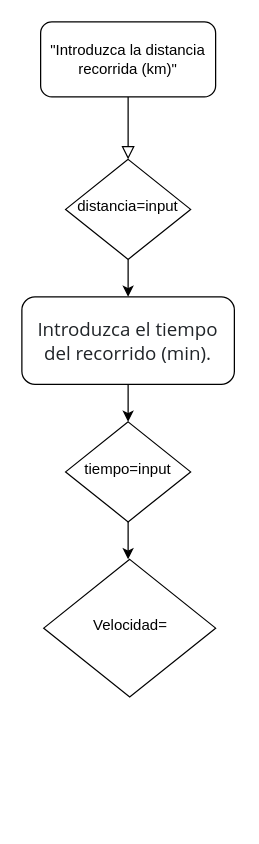
vnavacar/Entrega2 keeps this draw.io diagram as Ejercicio4.drawio. Above is the earlier version. Source tidied: cells renumbered, new cells numbered last; positions are measured from the earlier drawing's top-left corner, leaving out a move shared by most shapes. Both pictures are drawn from the tidied source at 125%, with x=0, y=0 at pixel (21, 21).
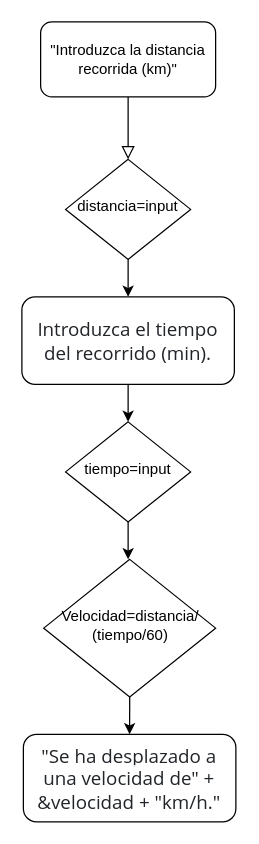
After the change.

What changed in the source:
```diff
@@
 <mxGraphModel>
   <root>
     <mxCell id="0" />
     <mxCell id="1" parent="0" />
     <mxCell id="2" style="rounded=0;html=1;jettySize=auto;fontSize=11;endArrow=block;endFill=0;endSize=8;strokeWidth=1;shadow=0;labelBackgroundColor=none;edgeStyle=orthogonalEdgeStyle;" parent="1" edge="1" source="3" target="5">
       <mxGeometry relative="1" as="geometry" />
     </mxCell>
     <mxCell id="3" value="&quot;Introduzca la distancia recorrida (km)&quot;" style="rounded=1;whiteSpace=wrap;html=1;fontSize=12;glass=0;strokeWidth=1;shadow=0;" parent="1" vertex="1">
       <mxGeometry x="15" width="140" height="60" as="geometry" />
     </mxCell>
     <mxCell id="4" style="edgeStyle=orthogonalEdgeStyle;rounded=0;jettySize=auto;html=1;exitX=0.5;exitY=1;exitDx=0;exitDy=0;entryX=0.5;entryY=0;entryDx=0;entryDy=0;" parent="1" edge="1" source="5" target="7">
       <mxGeometry relative="1" as="geometry" />
     </mxCell>
     <mxCell id="5" value="distancia=input" style="rhombus;whiteSpace=wrap;html=1;shadow=0;fontFamily=Helvetica;fontSize=12;align=center;strokeWidth=1;spacing=6;spacingTop=-4;" parent="1" vertex="1">
       <mxGeometry x="35" y="110" width="100" height="80" as="geometry" />
     </mxCell>
     <mxCell id="6" style="edgeStyle=orthogonalEdgeStyle;rounded=0;jettySize=auto;html=1;exitX=0.5;exitY=1;exitDx=0;exitDy=0;entryX=0.5;entryY=0;entryDx=0;entryDy=0;" parent="1" edge="1" source="7" target="9">
       <mxGeometry relative="1" as="geometry" />
     </mxCell>
     <mxCell id="7" value="&lt;span style=&quot;color: rgb(33 , 37 , 41) ; font-family: &amp;#34;open sans&amp;#34; , sans-serif ; font-size: 15px ; text-align: left ; background-color: rgba(255 , 255 , 255 , 0.85)&quot;&gt;Introduzca el tiempo del recorrido (min).&lt;/span&gt;" style="rounded=1;whiteSpace=wrap;html=1;fontSize=12;glass=0;strokeWidth=1;shadow=0;" parent="1" vertex="1">
       <mxGeometry y="220" width="170" height="70" as="geometry" />
     </mxCell>
     <mxCell id="8" style="edgeStyle=orthogonalEdgeStyle;rounded=0;jettySize=auto;html=1;exitX=0.5;exitY=1;exitDx=0;exitDy=0;" parent="1" edge="1" source="9">
       <mxGeometry relative="1" as="geometry">
         <mxPoint x="85" y="430" as="targetPoint" />
       </mxGeometry>
     </mxCell>
     <mxCell id="9" value="tiempo=input" style="rhombus;whiteSpace=wrap;html=1;shadow=0;fontFamily=Helvetica;fontSize=12;align=center;strokeWidth=1;spacing=6;spacingTop=-4;" parent="1" vertex="1">
       <mxGeometry x="35" y="320" width="100" height="80" as="geometry" />
     </mxCell>
+    <mxCell id="11" style="edgeStyle=orthogonalEdgeStyle;rounded=0;jettySize=auto;html=1;exitX=0.5;exitY=1;exitDx=0;exitDy=0;entryX=0.5;entryY=0;entryDx=0;entryDy=0;" parent="1" edge="1" source="10" target="12">
+      <mxGeometry relative="1" as="geometry" />
+    </mxCell>
-    <mxCell id="10" value="Velocidad=" style="rhombus;whiteSpace=wrap;html=1;shadow=0;fontFamily=Helvetica;fontSize=12;align=center;strokeWidth=1;spacing=6;spacingTop=-4;" parent="1" vertex="1">
+    <mxCell id="10" value="Velocidad=distancia/&lt;br&gt;(tiempo/60)" style="rhombus;whiteSpace=wrap;html=1;shadow=0;fontFamily=Helvetica;fontSize=12;align=center;strokeWidth=1;spacing=6;spacingTop=-4;" parent="1" vertex="1">
       <mxGeometry x="17.5" y="430" width="137.5" height="110" as="geometry" />
     </mxCell>
+    <mxCell id="12" value="&lt;span style=&quot;color: rgb(33 , 37 , 41) ; font-family: &amp;#34;open sans&amp;#34; , sans-serif ; font-size: 15px ; text-align: left ; background-color: rgba(255 , 255 , 255 , 0.85)&quot;&gt;&quot;Se ha desplazado a una velocidad de&quot; + &amp;amp;velocidad + &quot;km/h.&quot;&lt;/span&gt;" style="rounded=1;whiteSpace=wrap;html=1;fontSize=12;glass=0;strokeWidth=1;shadow=0;" parent="1" vertex="1">
+      <mxGeometry x="1.2" y="570" width="170" height="70" as="geometry" />
+    </mxCell>
   </root>
 </mxGraphModel>
```
